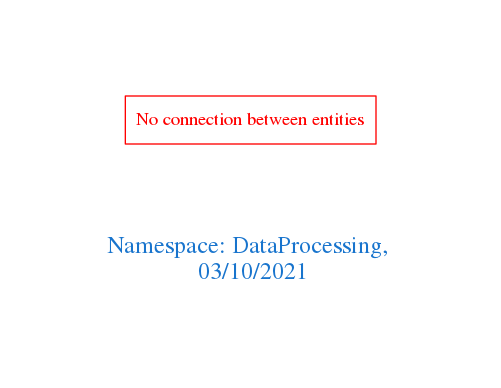
This is downloads/DataProcessing.png from arago/OGIT, a Graphviz export, as it was before one commit. Its source is kept beside it as downloads/DataProcessing.dot.
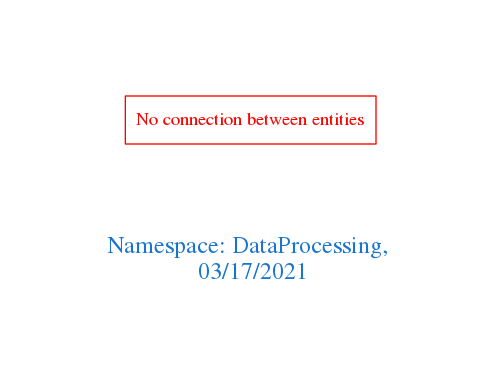
After the commit.

What changed in the source:
```diff
@@ -1,7 +1,7 @@
 digraph OGIT_ontology {
  graph [ rankdir= LR,pad=1
 fontsize = 18,
-fontcolor= dodgerblue3,label = "\n\n\nNamespace: DataProcessing, \n 03/10/2021"];
+fontcolor= dodgerblue3,label = "\n\n\nNamespace: DataProcessing, \n 03/17/2021"];
 node[shape=polygon];
 edge [  color="gray81"];
 
```
